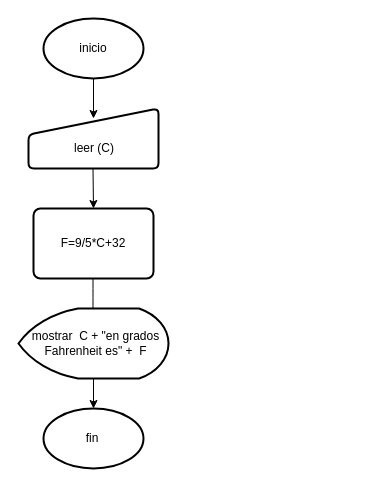
Earlier version of the draw.io diagram Untitled Diagram.drawio (Jhaz602/diagramas). Source tidied: cells renumbered, new cells numbered last; positions are measured from the earlier drawing's top-left corner, leaving out a move shared by most shapes. Both pictures are drawn from the tidied source at 100%, with x=0, y=0 at pixel (18, 18).
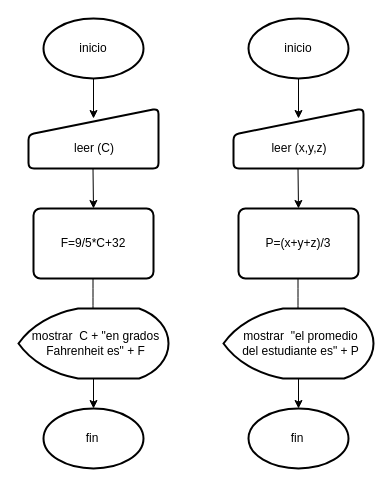
After the change.

The edit, as a diff of the source:
```diff
@@
-    <mxCell id="13" value="mostrar&amp;nbsp; C + &quot;en grados Fahrenheit es&quot; +&amp;nbsp; F" style="text;html=1;strokeColor=none;fillColor=none;align=center;verticalAlign=middle;whiteSpace=wrap;rounded=0;" parent="1" vertex="1">
+    <mxCell id="13" value="mostrar&amp;nbsp; C + &quot;en grados Fahrenheit es&quot; + F" style="text;html=1;strokeColor=none;fillColor=none;align=center;verticalAlign=middle;whiteSpace=wrap;rounded=0;" parent="1" vertex="1">
       <mxGeometry x="10" y="295" width="135" height="60" as="geometry" />
     </mxCell>
@@
+    <mxCell id="16" style="strokeWidth=2;html=1;shape=mxgraph.flowchart.start_1;whiteSpace=wrap;" parent="1" vertex="1">
+      <mxGeometry x="230" width="100" height="60" as="geometry" />
+    </mxCell>
+    <mxCell id="17" value="inicio" style="text;html=1;strokeColor=none;fillColor=none;align=center;verticalAlign=middle;whiteSpace=wrap;rounded=0;" parent="1" vertex="1">
+      <mxGeometry x="260" y="20" width="40" height="20" as="geometry" />
+    </mxCell>
+    <mxCell id="18" style="endArrow=classic;html=1;exitX=0.5;exitY=1;exitDx=0;exitDy=0;" parent="1" edge="1">
+      <mxGeometry relative="1" as="geometry">
+        <mxPoint x="280" y="60" as="sourcePoint" />
+        <mxPoint x="280" y="100" as="targetPoint" />
+      </mxGeometry>
+    </mxCell>
+    <mxCell id="19" style="html=1;strokeWidth=2;shape=manualInput;whiteSpace=wrap;rounded=1;size=26;arcSize=11;" parent="1" vertex="1">
+      <mxGeometry x="215" y="90" width="130" height="60" as="geometry" />
+    </mxCell>
+    <mxCell id="20" value="leer (x,y,z)" style="text;html=1;strokeColor=none;fillColor=none;align=center;verticalAlign=middle;whiteSpace=wrap;rounded=0;" parent="1" vertex="1">
+      <mxGeometry x="251" y="120" width="60" height="20" as="geometry" />
+    </mxCell>
+    <mxCell id="21" style="endArrow=classic;html=1;" parent="1" edge="1">
+      <mxGeometry relative="1" as="geometry">
+        <mxPoint x="279.5" y="150" as="sourcePoint" />
+        <mxPoint x="280" y="190" as="targetPoint" />
+      </mxGeometry>
+    </mxCell>
+    <mxCell id="22" style="endArrow=classic;html=1;" parent="1" edge="1">
+      <mxGeometry relative="1" as="geometry">
+        <mxPoint x="279.5" y="260" as="sourcePoint" />
+        <mxPoint x="279.5" y="300" as="targetPoint" />
+        <Array as="points">
+          <mxPoint x="279.5" y="280" />
+        </Array>
+      </mxGeometry>
+    </mxCell>
+    <mxCell id="23" style="strokeWidth=2;html=1;shape=mxgraph.flowchart.display;whiteSpace=wrap;" parent="1" vertex="1">
+      <mxGeometry x="205" y="290" width="150" height="70" as="geometry" />
+    </mxCell>
+    <mxCell id="24" style="strokeWidth=2;html=1;shape=mxgraph.flowchart.start_1;whiteSpace=wrap;" parent="1" vertex="1">
+      <mxGeometry x="230" y="390" width="100" height="60" as="geometry" />
+    </mxCell>
+    <mxCell id="25" style="rounded=1;whiteSpace=wrap;html=1;absoluteArcSize=1;arcSize=14;strokeWidth=2;" parent="1" vertex="1">
+      <mxGeometry x="220" y="190" width="120" height="70" as="geometry" />
+    </mxCell>
+    <mxCell id="26" value="P=(x+y+z)/3" style="text;html=1;strokeColor=none;fillColor=none;align=center;verticalAlign=middle;whiteSpace=wrap;rounded=0;" parent="1" vertex="1">
+      <mxGeometry x="245" y="210" width="70" height="30" as="geometry" />
+    </mxCell>
+    <mxCell id="27" value="mostrar&amp;nbsp; &quot;el promedio del estudiante es&quot; + P" style="text;html=1;strokeColor=none;fillColor=none;align=center;verticalAlign=middle;whiteSpace=wrap;rounded=0;" parent="1" vertex="1">
+      <mxGeometry x="215" y="295" width="135" height="60" as="geometry" />
+    </mxCell>
+    <mxCell id="28" value="fin" style="text;html=1;strokeColor=none;fillColor=none;align=center;verticalAlign=middle;whiteSpace=wrap;rounded=0;" parent="1" vertex="1">
+      <mxGeometry x="258.5" y="410" width="40" height="20" as="geometry" />
+    </mxCell>
+    <mxCell id="29" style="endArrow=classic;html=1;" parent="1" edge="1">
+      <mxGeometry relative="1" as="geometry">
+        <mxPoint x="280" y="360" as="sourcePoint" />
+        <mxPoint x="280" y="390" as="targetPoint" />
+      </mxGeometry>
+    </mxCell>
```
